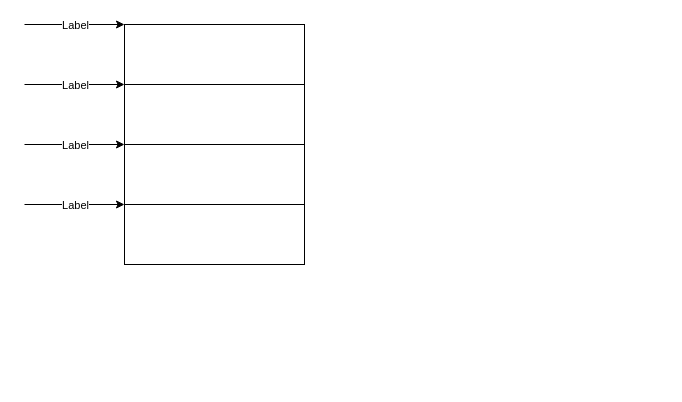
The draw.io diagram page "visão de desenvolvimento" (1 of 2) of main/visãodesenvolvimeento.drawio in samirafreitas-hash/lab01_cancela, before the edit. Source tidied: cells renumbered, new cells numbered last; positions are measured from the earlier drawing's top-left corner, leaving out a move shared by most shapes. Both pictures are drawn from the tidied source at 100%, with x=0, y=0 at pixel (24, 24).
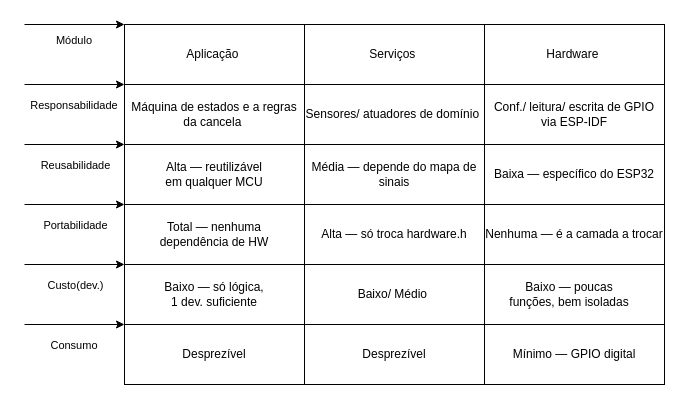
The same page after the edit.

The change refers to these unchanged cells:
```xml
<mxCell id="2" style="endArrow=classic;html=1;rounded=0;" parent="1" edge="1">
  <mxGeometry relative="1" as="geometry">
    <mxPoint as="sourcePoint" />
    <mxPoint x="100" as="targetPoint" />
  </mxGeometry>
</mxCell>
<mxCell id="4" style="endArrow=classic;html=1;rounded=0;" parent="1" edge="1">
  <mxGeometry relative="1" as="geometry">
    <mxPoint y="60" as="sourcePoint" />
    <mxPoint x="100" y="60" as="targetPoint" />
  </mxGeometry>
</mxCell>
<mxCell id="6" style="endArrow=classic;html=1;rounded=0;" parent="1" edge="1">
  <mxGeometry relative="1" as="geometry">
    <mxPoint y="120" as="sourcePoint" />
    <mxPoint x="100" y="120" as="targetPoint" />
  </mxGeometry>
</mxCell>
<mxCell id="8" style="endArrow=classic;html=1;rounded=0;" parent="1" edge="1">
  <mxGeometry relative="1" as="geometry">
    <mxPoint y="180" as="sourcePoint" />
    <mxPoint x="100" y="180" as="targetPoint" />
  </mxGeometry>
</mxCell>
```

Change to the diagram source:
```diff
@@
-    <mxCell id="3" value="Label" style="edgeLabel;html=1;align=center;verticalAlign=middle;" parent="2" vertex="1">
-      <mxGeometry relative="1" as="geometry" />
+    <mxCell id="3" value="Módulo&amp;nbsp;" style="edgeLabel;html=1;align=center;verticalAlign=middle;" parent="2" vertex="1">
+      <mxGeometry relative="1" as="geometry">
+        <mxPoint y="15" as="offset" />
+      </mxGeometry>
     </mxCell>
@@
-    <mxCell id="5" value="Label" style="edgeLabel;html=1;align=center;verticalAlign=middle;" parent="4" vertex="1">
-      <mxGeometry relative="1" as="geometry" />
+    <mxCell id="5" value="Responsabilidade&amp;nbsp;" style="edgeLabel;html=1;align=center;verticalAlign=middle;" parent="4" vertex="1">
+      <mxGeometry relative="1" as="geometry">
+        <mxPoint y="20" as="offset" />
+      </mxGeometry>
     </mxCell>
@@
-    <mxCell id="7" value="Label" style="edgeLabel;html=1;align=center;verticalAlign=middle;" parent="6" vertex="1">
-      <mxGeometry relative="1" as="geometry" />
+    <mxCell id="7" value="Reusabilidade" style="edgeLabel;html=1;align=center;verticalAlign=middle;" parent="6" vertex="1">
+      <mxGeometry relative="1" as="geometry">
+        <mxPoint y="20" as="offset" />
+      </mxGeometry>
     </mxCell>
@@
-    <mxCell id="9" value="Label" style="edgeLabel;html=1;align=center;verticalAlign=middle;" parent="8" vertex="1">
-      <mxGeometry relative="1" as="geometry" />
+    <mxCell id="9" value="Portabilidade" style="edgeLabel;html=1;align=center;verticalAlign=middle;" parent="8" vertex="1">
+      <mxGeometry relative="1" as="geometry">
+        <mxPoint y="20" as="offset" />
+      </mxGeometry>
     </mxCell>
@@
-    <mxCell id="11" style="rounded=0;whiteSpace=wrap;html=1;" parent="1" vertex="1">
+    <mxCell id="11" value="Máquina de estados e a regras da cancela&amp;nbsp;" style="rounded=0;whiteSpace=wrap;html=1;" parent="1" vertex="1">
       <mxGeometry x="100" y="60" width="180" height="60" as="geometry" />
     </mxCell>
-    <mxCell id="12" style="rounded=0;whiteSpace=wrap;html=1;" parent="1" vertex="1">
+    <mxCell id="12" value="&lt;div&gt;Alta — reutilizável&lt;/div&gt;&lt;div&gt;em qualquer MCU&lt;/div&gt;" style="rounded=0;whiteSpace=wrap;html=1;" parent="1" vertex="1">
       <mxGeometry x="100" y="120" width="180" height="60" as="geometry" />
     </mxCell>
-    <mxCell id="13" style="rounded=0;whiteSpace=wrap;html=1;" parent="1" vertex="1">
+    <mxCell id="13" value="&lt;div&gt;Total — nenhuma&lt;/div&gt;&lt;div&gt;dependência de HW&lt;/div&gt;" style="rounded=0;whiteSpace=wrap;html=1;" parent="1" vertex="1">
       <mxGeometry x="100" y="180" width="180" height="60" as="geometry" />
     </mxCell>
+    <mxCell id="14" style="rounded=0;whiteSpace=wrap;html=1;" parent="1" vertex="1">
+      <mxGeometry x="280" width="180" height="60" as="geometry" />
+    </mxCell>
+    <mxCell id="15" style="rounded=0;whiteSpace=wrap;html=1;" parent="1" vertex="1">
+      <mxGeometry x="460" width="180" height="60" as="geometry" />
+    </mxCell>
+    <mxCell id="16" style="endArrow=classic;html=1;rounded=0;" parent="1" edge="1">
+      <mxGeometry relative="1" as="geometry">
+        <mxPoint y="240" as="sourcePoint" />
+        <mxPoint x="100" y="240" as="targetPoint" />
+      </mxGeometry>
+    </mxCell>
+    <mxCell id="17" value="Custo(dev.)" style="edgeLabel;html=1;align=center;verticalAlign=middle;" parent="16" vertex="1">
+      <mxGeometry relative="1" as="geometry">
+        <mxPoint y="20" as="offset" />
+      </mxGeometry>
+    </mxCell>
+    <mxCell id="18" value="Baixo — só lógica,&lt;div&gt;1 dev. suficiente&lt;/div&gt;" style="rounded=0;whiteSpace=wrap;html=1;" parent="1" vertex="1">
+      <mxGeometry x="100" y="240" width="180" height="60" as="geometry" />
+    </mxCell>
+    <mxCell id="19" style="endArrow=classic;html=1;rounded=0;" parent="1" edge="1">
+      <mxGeometry relative="1" as="geometry">
+        <mxPoint y="300" as="sourcePoint" />
+        <mxPoint x="100" y="300" as="targetPoint" />
+      </mxGeometry>
+    </mxCell>
+    <mxCell id="20" value="Consumo&amp;nbsp;" style="edgeLabel;html=1;align=center;verticalAlign=middle;" parent="19" vertex="1">
+      <mxGeometry relative="1" as="geometry">
+        <mxPoint y="20" as="offset" />
+      </mxGeometry>
+    </mxCell>
+    <mxCell id="21" value="Desprezível" style="rounded=0;whiteSpace=wrap;html=1;" parent="1" vertex="1">
+      <mxGeometry x="100" y="300" width="180" height="60" as="geometry" />
+    </mxCell>
+    <mxCell id="22" value="Aplicação&amp;nbsp;" style="text;html=1;whiteSpace=wrap;strokeColor=none;fillColor=none;align=center;verticalAlign=middle;rounded=0;" parent="1" vertex="1">
+      <mxGeometry x="160" y="15" width="60" height="30" as="geometry" />
+    </mxCell>
+    <mxCell id="23" value="Serviços&amp;nbsp;" style="text;html=1;whiteSpace=wrap;strokeColor=none;fillColor=none;align=center;verticalAlign=middle;rounded=0;" parent="1" vertex="1">
+      <mxGeometry x="340" y="15" width="60" height="30" as="geometry" />
+    </mxCell>
+    <mxCell id="24" value="Hardware&amp;nbsp;" style="text;html=1;whiteSpace=wrap;strokeColor=none;fillColor=none;align=center;verticalAlign=middle;rounded=0;" parent="1" vertex="1">
+      <mxGeometry x="520" y="15" width="60" height="30" as="geometry" />
+    </mxCell>
+    <mxCell id="25" value="Sensores/ atuadores de domínio&amp;nbsp;" style="rounded=0;whiteSpace=wrap;html=1;" parent="1" vertex="1">
+      <mxGeometry x="280" y="60" width="180" height="60" as="geometry" />
+    </mxCell>
+    <mxCell id="26" value="Média — depende do mapa de sinais" style="rounded=0;whiteSpace=wrap;html=1;" parent="1" vertex="1">
+      <mxGeometry x="280" y="120" width="180" height="60" as="geometry" />
+    </mxCell>
+    <mxCell id="27" value="Alta — só troca hardware.h" style="rounded=0;whiteSpace=wrap;html=1;" parent="1" vertex="1">
+      <mxGeometry x="280" y="180" width="180" height="60" as="geometry" />
+    </mxCell>
+    <mxCell id="28" value="Desprezível" style="rounded=0;whiteSpace=wrap;html=1;" parent="1" vertex="1">
+      <mxGeometry x="280" y="300" width="180" height="60" as="geometry" />
+    </mxCell>
+    <mxCell id="29" value="Conf./ leitura/ escrita de GPIO via ESP-IDF" style="rounded=0;whiteSpace=wrap;html=1;" parent="1" vertex="1">
+      <mxGeometry x="460" y="60" width="180" height="60" as="geometry" />
+    </mxCell>
+    <mxCell id="30" value="Baixa — específico do ESP32" style="rounded=0;whiteSpace=wrap;html=1;" parent="1" vertex="1">
+      <mxGeometry x="460" y="120" width="180" height="60" as="geometry" />
+    </mxCell>
+    <mxCell id="31" value="Nenhuma — é a camada a trocar" style="rounded=0;whiteSpace=wrap;html=1;" parent="1" vertex="1">
+      <mxGeometry x="460" y="180" width="180" height="60" as="geometry" />
+    </mxCell>
+    <mxCell id="32" style="rounded=0;whiteSpace=wrap;html=1;" parent="1" vertex="1">
+      <mxGeometry x="460" y="240" width="180" height="60" as="geometry" />
+    </mxCell>
+    <mxCell id="33" value="Mínimo — GPIO digital" style="rounded=0;whiteSpace=wrap;html=1;" parent="1" vertex="1">
+      <mxGeometry x="460" y="300" width="180" height="60" as="geometry" />
+    </mxCell>
+    <mxCell id="34" value="&lt;div&gt;Baixo/ Médio&amp;nbsp;&lt;/div&gt;" style="text;html=1;whiteSpace=wrap;strokeColor=none;fillColor=none;align=center;verticalAlign=middle;rounded=0;" parent="1" vertex="1">
+      <mxGeometry x="305" y="255" width="130" height="30" as="geometry" />
+    </mxCell>
+    <mxCell id="35" value="&lt;div&gt;Baixo — poucas&lt;/div&gt;&lt;div&gt;funções, bem isoladas&lt;/div&gt;" style="text;html=1;whiteSpace=wrap;strokeColor=none;fillColor=none;align=center;verticalAlign=middle;rounded=0;" parent="1" vertex="1">
+      <mxGeometry x="480" y="255" width="130" height="30" as="geometry" />
+    </mxCell>
```
